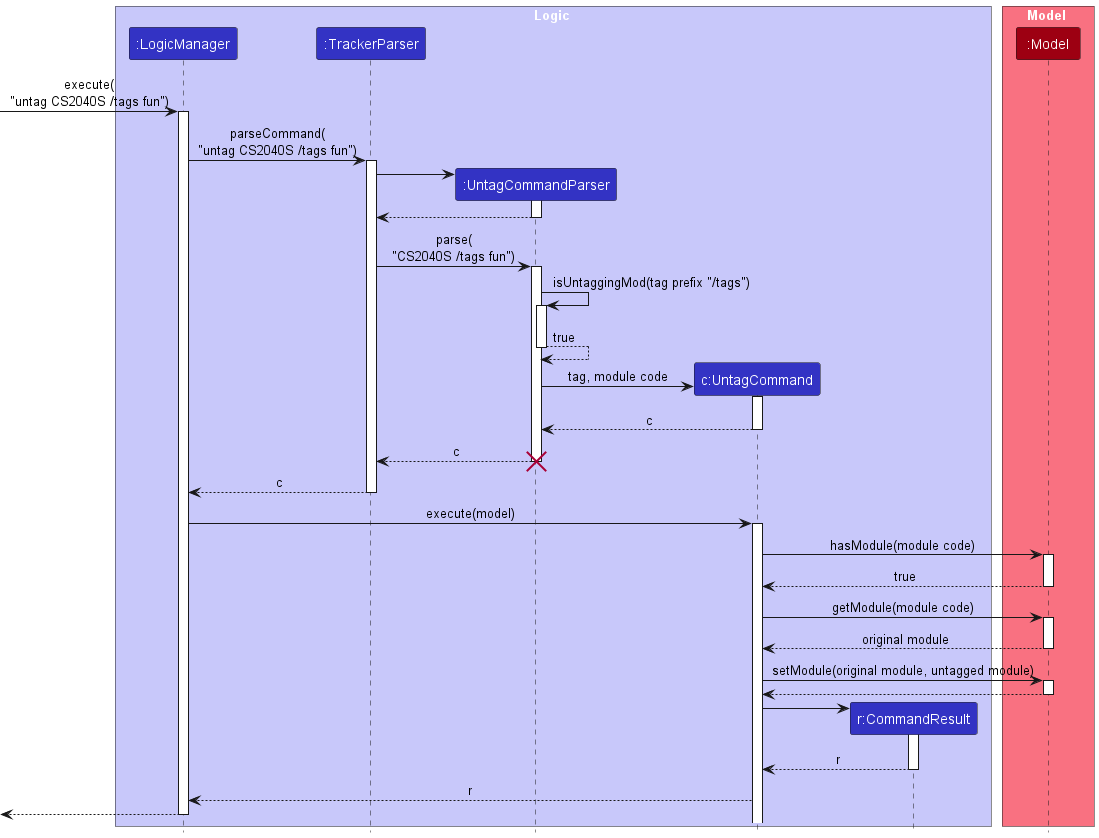
The PlantUML diagram docs/images/UntagSequenceDiagram.png in nus-cs2103-AY2223S2/tp, before a commit. The source it was exported from:
```plantuml
@startuml
!include style.puml

box Logic LOGIC_COLOR_T1
participant ":LogicManager" as LogicManager LOGIC_COLOR
participant ":TrackerParser" as TrackerParser LOGIC_COLOR
participant ":UntagCommandParser" as UntagCommandParser LOGIC_COLOR
participant "c:UntagCommand" as UntagCommand LOGIC_COLOR
participant "r:CommandResult" as CommandResult LOGIC_COLOR
end box

box Model MODEL_COLOR_T1
participant ":Model" as Model MODEL_COLOR
end box

[-> LogicManager : execute(\n"untag CS2040S /tags fun")
activate LogicManager

LogicManager -> TrackerParser : parseCommand(\n"untag CS2040S /tags fun")
activate TrackerParser

create UntagCommandParser
TrackerParser -> UntagCommandParser
activate UntagCommandParser

UntagCommandParser --> TrackerParser
deactivate UntagCommandParser

TrackerParser -> UntagCommandParser : parse(\n"CS2040S /tags fun")
activate UntagCommandParser

UntagCommandParser -> UntagCommandParser : isUntaggingMod(tag prefix "/tags")
activate UntagCommandParser

UntagCommandParser --> UntagCommandParser : true
deactivate UntagCommandParser

create UntagCommand
UntagCommandParser -> UntagCommand : tag, module code
activate UntagCommand

UntagCommand --> UntagCommandParser : c
deactivate UntagCommand

UntagCommandParser --> TrackerParser : c
destroy UntagCommandParser

TrackerParser --> LogicManager : c
deactivate TrackerParser

LogicManager -> UntagCommand : execute(model)
activate UntagCommand

UntagCommand -> Model : hasModule(module code)
activate Model

Model --> UntagCommand : true
deactivate Model

UntagCommand -> Model : getModule(module code)
activate Model

Model --> UntagCommand : original module
deactivate Model

UntagCommand -> Model : setModule(original module, untagged module)
activate Model

Model --> UntagCommand
deactivate Model

create CommandResult
UntagCommand -> CommandResult
activate CommandResult

CommandResult --> UntagCommand : r
deactivate CommandResult

UntagCommand --> LogicManager : r
deactivate CommandResult

LogicManager -->[
deactivate LogicManager

@enduml
```
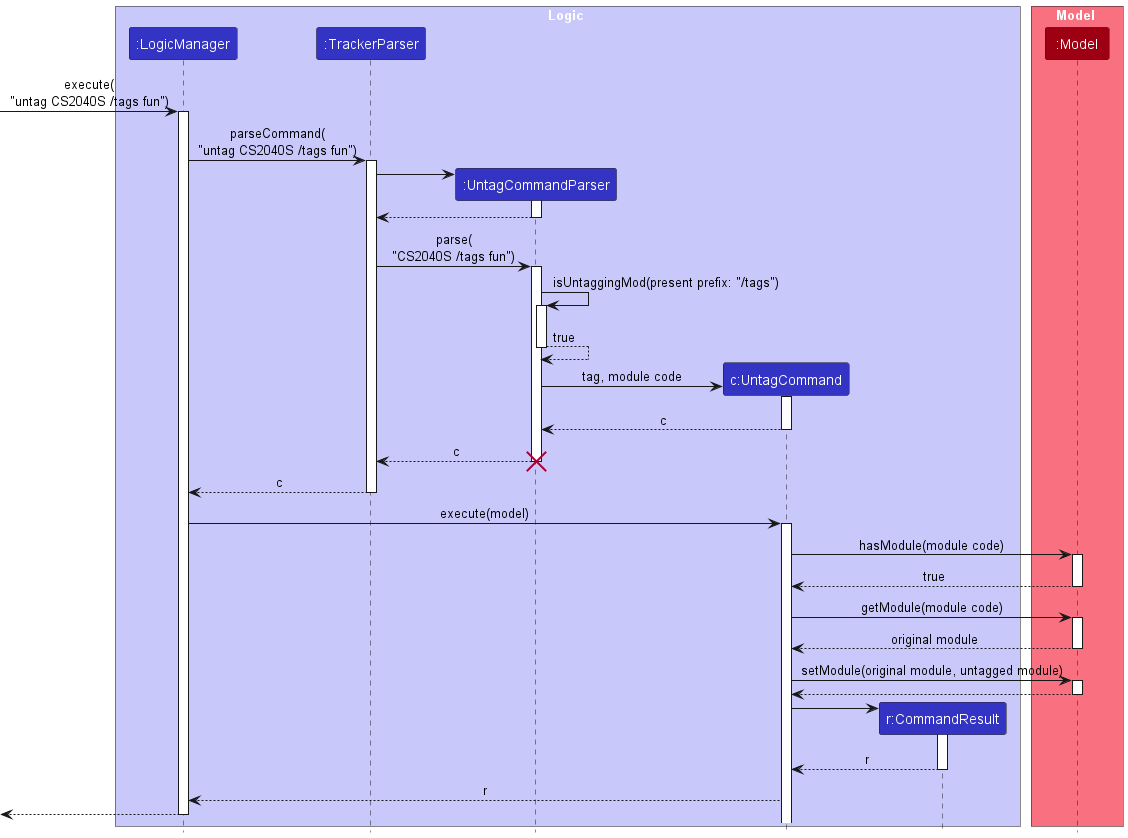
After the commit.

Commit message:
Update sequence diagram of tag and untag

What changed in the source:
```diff
@@ -29,7 +29,7 @@
 TrackerParser -> UntagCommandParser : parse(\n"CS2040S /tags fun")
 activate UntagCommandParser
 
-UntagCommandParser -> UntagCommandParser : isUntaggingMod(tag prefix "/tags")
+UntagCommandParser -> UntagCommandParser : isUntaggingMod(present prefix: "/tags")
 activate UntagCommandParser
 
 UntagCommandParser --> UntagCommandParser : true
```
